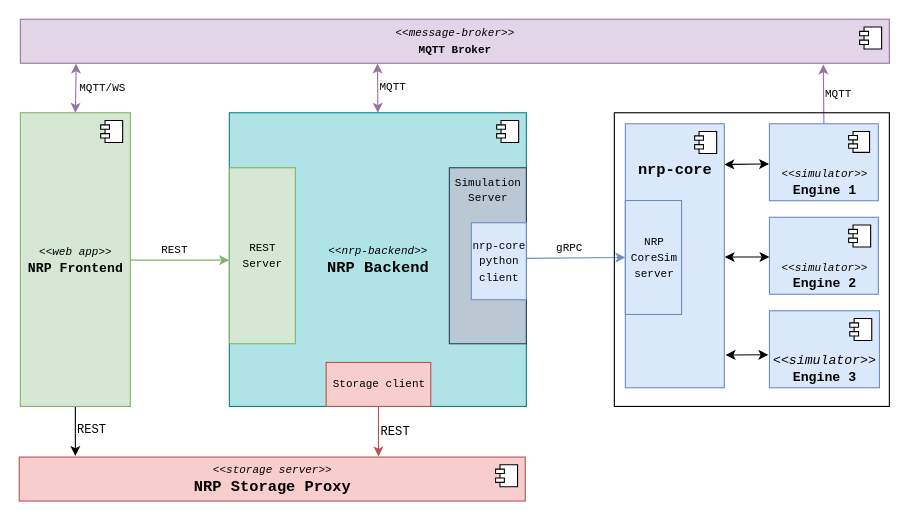
This is page "NRP" (1 of 2) of hbp_nrp_backend/doc/source/img/NRPv4.drawio from vvorobjov/nrp-backend, a draw.io file, before an edit. Source tidied: cells renumbered, new cells numbered last; positions are measured from the earlier drawing's top-left corner, leaving out a move shared by most shapes. Both pictures are drawn from the tidied source at 110%, with x=0, y=0 at pixel (19, 19).
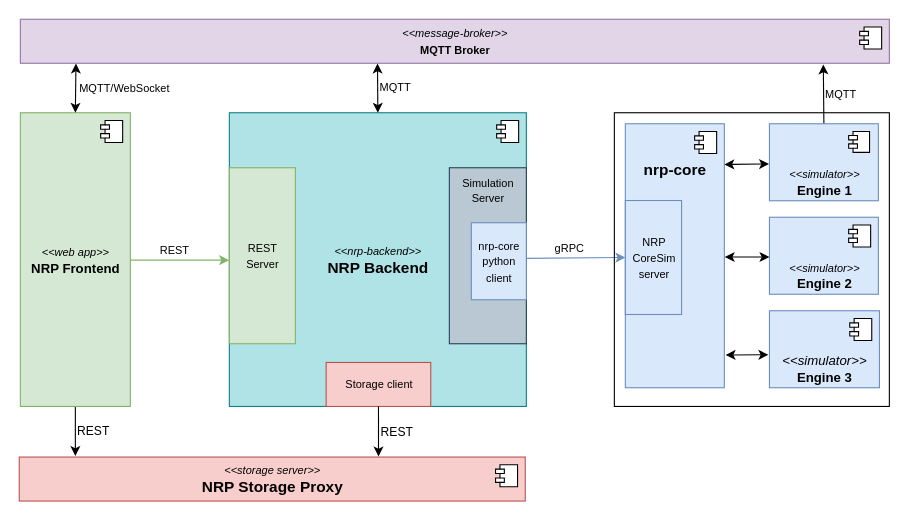
Above is the later version.

The edit, as a diff of the source:
```diff
@@
-    <mxCell id="2" value="&lt;i style=&quot;font-size: 10px;&quot;&gt;&amp;lt;&amp;lt;storage server&amp;gt;&amp;gt;&lt;br&gt;&lt;/i&gt;&lt;b style=&quot;border-color: var(--border-color);&quot;&gt;&lt;font style=&quot;font-size: 14px;&quot;&gt;NRP Storage Proxy&lt;/font&gt;&lt;/b&gt;&lt;span&gt;&lt;br&gt;&lt;/span&gt;" style="html=1;strokeColor=#b85450;fontStyle=0;fillColor=#f8cecc;fontFamily=Courier New;" parent="1" vertex="1">
+    <mxCell id="2" value="&lt;i style=&quot;font-size: 10px;&quot;&gt;&amp;lt;&amp;lt;storage server&amp;gt;&amp;gt;&lt;br&gt;&lt;/i&gt;&lt;b style=&quot;border-color: var(--border-color);&quot;&gt;&lt;font style=&quot;font-size: 14px;&quot;&gt;NRP Storage Proxy&lt;/font&gt;&lt;/b&gt;&lt;span&gt;&lt;br&gt;&lt;/span&gt;" style="html=1;strokeColor=#b85450;fontStyle=0;fillColor=#f8cecc;fontFamily=Helvetica;" parent="1" vertex="1">
       <mxGeometry y="398" width="460" height="40" as="geometry" />
     </mxCell>
-    <mxCell id="3" style="shape=component;jettyWidth=8;jettyHeight=4;fontFamily=Courier New;" parent="2" vertex="1">
+    <mxCell id="3" style="shape=component;jettyWidth=8;jettyHeight=4;fontFamily=Helvetica;" parent="2" vertex="1">
       <mxGeometry x="1" width="20" height="20" relative="1" as="geometry">
         <mxPoint x="-27" y="7" as="offset" />
       </mxGeometry>
     </mxCell>
-    <mxCell id="4" style="rounded=0;jettySize=auto;html=1;verticalAlign=top;entryX=0;entryY=0.5;entryDx=0;entryDy=0;fontFamily=Courier New;fillColor=#dae8fc;strokeColor=#6c8ebf;" parent="1" edge="1" source="6" target="31">
+    <mxCell id="4" style="rounded=0;jettySize=auto;html=1;verticalAlign=top;entryX=0;entryY=0.5;entryDx=0;entryDy=0;fontFamily=Helvetica;fillColor=#dae8fc;strokeColor=#6c8ebf;" parent="1" edge="1" source="6" target="31">
       <mxGeometry relative="1" as="geometry" />
     </mxCell>
-    <mxCell id="5" value="gRPC" style="edgeLabel;html=1;align=center;verticalAlign=middle;fontSize=10;labelBackgroundColor=none;fontFamily=Courier New;" parent="4" vertex="1">
+    <mxCell id="5" value="gRPC" style="edgeLabel;html=1;align=center;verticalAlign=middle;fontSize=10;labelBackgroundColor=none;fontFamily=Helvetica;" parent="4" vertex="1">
       <mxGeometry x="-0.14" relative="1" as="geometry">
         <mxPoint y="-10" as="offset" />
       </mxGeometry>
     </mxCell>
-    <mxCell id="6" value="&lt;i style=&quot;border-color: var(--border-color); font-size: 10px;&quot;&gt;&amp;lt;&amp;lt;nrp-backend&amp;gt;&amp;gt;&lt;br style=&quot;border-color: var(--border-color);&quot;&gt;&lt;/i&gt;&lt;b&gt;&lt;font style=&quot;font-size: 14px;&quot;&gt;NRP Backend&lt;/font&gt;&lt;/b&gt;" style="html=1;fillColor=#b0e3e6;strokeColor=#0e8088;fontFamily=Courier New;" parent="1" vertex="1">
+    <mxCell id="6" value="&lt;i style=&quot;border-color: var(--border-color); font-size: 10px;&quot;&gt;&amp;lt;&amp;lt;nrp-backend&amp;gt;&amp;gt;&lt;br style=&quot;border-color: var(--border-color);&quot;&gt;&lt;/i&gt;&lt;b&gt;&lt;font style=&quot;font-size: 14px;&quot;&gt;NRP Backend&lt;/font&gt;&lt;/b&gt;" style="html=1;fillColor=#b0e3e6;strokeColor=#0e8088;fontFamily=Helvetica;" parent="1" vertex="1">
       <mxGeometry x="191" y="85" width="270" height="267" as="geometry" />
     </mxCell>
-    <mxCell id="7" style="shape=component;jettyWidth=8;jettyHeight=4;fontFamily=Courier New;" parent="6" vertex="1">
+    <mxCell id="7" style="shape=component;jettyWidth=8;jettyHeight=4;fontFamily=Helvetica;" parent="6" vertex="1">
       <mxGeometry x="1" width="20" height="20" relative="1" as="geometry">
         <mxPoint x="-27" y="7" as="offset" />
       </mxGeometry>
     </mxCell>
-    <mxCell id="8" value="&lt;font style=&quot;font-size: 10px;&quot;&gt;Storage client&lt;/font&gt;" style="html=1;glass=0;comic=0;strokeColor=#b85450;fillColor=#f8cecc;fontFamily=Courier New;" parent="6" vertex="1">
+    <mxCell id="8" value="&lt;font style=&quot;font-size: 10px;&quot;&gt;Storage client&lt;/font&gt;" style="html=1;glass=0;comic=0;strokeColor=#b85450;fillColor=#f8cecc;fontFamily=Helvetica;" parent="6" vertex="1">
       <mxGeometry x="88" y="227" width="95.1" height="40" as="geometry" />
     </mxCell>
-    <mxCell id="9" value="&lt;font style=&quot;font-size: 10px;&quot;&gt;REST &lt;br&gt;Server&lt;/font&gt;" style="html=1;glass=0;comic=0;strokeColor=#82b366;fillColor=#d5e8d4;fontFamily=Courier New;verticalAlign=middle;" parent="6" vertex="1">
+    <mxCell id="9" value="&lt;font style=&quot;font-size: 10px;&quot;&gt;REST &lt;br&gt;Server&lt;/font&gt;" style="html=1;glass=0;comic=0;strokeColor=#82b366;fillColor=#d5e8d4;fontFamily=Helvetica;verticalAlign=middle;" parent="6" vertex="1">
       <mxGeometry y="50" width="60" height="160" as="geometry" />
     </mxCell>
-    <mxCell id="10" style="edgeStyle=orthogonalEdgeStyle;rounded=0;orthogonalLoop=1;jettySize=auto;html=1;exitX=0.5;exitY=1;exitDx=0;exitDy=0;fontFamily=Courier New;" parent="6" edge="1" source="9" target="9">
+    <mxCell id="10" style="edgeStyle=orthogonalEdgeStyle;rounded=0;orthogonalLoop=1;jettySize=auto;html=1;exitX=0.5;exitY=1;exitDx=0;exitDy=0;fontFamily=Helvetica;" parent="6" edge="1" source="9" target="9">
       <mxGeometry relative="1" as="geometry" />
     </mxCell>
-    <mxCell id="11" value="&lt;font style=&quot;font-size: 10px;&quot;&gt;Simulation&lt;br&gt;Server&lt;/font&gt;" style="html=1;glass=0;comic=0;fontFamily=Courier New;verticalAlign=top;fillColor=#bac8d3;strokeColor=#23445d;" parent="6" vertex="1">
+    <mxCell id="11" value="&lt;font style=&quot;font-size: 10px;&quot;&gt;Simulation&lt;br&gt;Server&lt;/font&gt;" style="html=1;glass=0;comic=0;fontFamily=Helvetica;verticalAlign=top;fillColor=#bac8d3;strokeColor=#23445d;" parent="6" vertex="1">
       <mxGeometry x="200" y="50" width="70" height="160" as="geometry" />
     </mxCell>
-    <mxCell id="12" value="&lt;span style=&quot;font-size: 10px;&quot;&gt;nrp-core&lt;br&gt;python &lt;br&gt;client&lt;/span&gt;" style="html=1;glass=0;comic=0;strokeColor=#6c8ebf;fillColor=#dae8fc;fontFamily=Courier New;" parent="6" vertex="1">
+    <mxCell id="12" value="&lt;span style=&quot;font-size: 10px;&quot;&gt;nrp-core&lt;br&gt;python &lt;br&gt;client&lt;/span&gt;" style="html=1;glass=0;comic=0;strokeColor=#6c8ebf;fillColor=#dae8fc;fontFamily=Helvetica;" parent="6" vertex="1">
       <mxGeometry x="220" y="100" width="50" height="70" as="geometry" />
     </mxCell>
-    <mxCell id="13" value="&lt;span style=&quot;color: rgb(0, 0, 0); font-size: 11px; font-style: normal; font-variant-ligatures: normal; font-variant-caps: normal; font-weight: 400; letter-spacing: normal; orphans: 2; text-align: center; text-indent: 0px; text-transform: none; widows: 2; word-spacing: 0px; -webkit-text-stroke-width: 0px; text-decoration-thickness: initial; text-decoration-style: initial; text-decoration-color: initial; float: none; display: inline !important;&quot;&gt;REST&lt;/span&gt;" style="rounded=0;jettySize=auto;html=1;exitX=0.5;exitY=1;exitDx=0;exitDy=0;labelBackgroundColor=none;fontFamily=Courier New;spacing=2;labelPosition=right;verticalLabelPosition=middle;align=left;verticalAlign=middle;" parent="1" edge="1" source="14">
+    <mxCell id="13" value="&lt;span style=&quot;color: rgb(0, 0, 0); font-size: 11px; font-style: normal; font-variant-ligatures: normal; font-variant-caps: normal; font-weight: 400; letter-spacing: normal; orphans: 2; text-align: center; text-indent: 0px; text-transform: none; widows: 2; word-spacing: 0px; -webkit-text-stroke-width: 0px; text-decoration-thickness: initial; text-decoration-style: initial; text-decoration-color: initial; float: none; display: inline !important;&quot;&gt;REST&lt;/span&gt;" style="rounded=0;jettySize=auto;html=1;exitX=0.5;exitY=1;exitDx=0;exitDy=0;labelBackgroundColor=none;fontFamily=Helvetica;spacing=2;labelPosition=right;verticalLabelPosition=middle;align=left;verticalAlign=middle;" parent="1" edge="1" source="14">
       <mxGeometry x="-0.01" relative="1" as="geometry">
         <mxPoint x="51" y="397" as="targetPoint" />
       </mxGeometry>
     </mxCell>
-    <mxCell id="14" value="&lt;i style=&quot;border-color: var(--border-color); font-size: 10px;&quot;&gt;&amp;lt;&amp;lt;web app&amp;gt;&amp;gt;&lt;br style=&quot;border-color: var(--border-color);&quot;&gt;&lt;/i&gt;&lt;b&gt;NRP Frontend&lt;br&gt;&lt;/b&gt;" style="html=1;fillColor=#d5e8d4;strokeColor=#82b366;fontFamily=Courier New;" parent="1" vertex="1">
+    <mxCell id="14" value="&lt;i style=&quot;border-color: var(--border-color); font-size: 10px;&quot;&gt;&amp;lt;&amp;lt;web app&amp;gt;&amp;gt;&lt;br style=&quot;border-color: var(--border-color);&quot;&gt;&lt;/i&gt;&lt;b&gt;NRP Frontend&lt;br&gt;&lt;/b&gt;" style="html=1;fillColor=#d5e8d4;strokeColor=#82b366;fontFamily=Helvetica;" parent="1" vertex="1">
       <mxGeometry x="1" y="85" width="100" height="267" as="geometry" />
     </mxCell>
-    <mxCell id="15" style="shape=component;jettyWidth=8;jettyHeight=4;fontFamily=Courier New;" parent="14" vertex="1">
+    <mxCell id="15" style="shape=component;jettyWidth=8;jettyHeight=4;fontFamily=Helvetica;" parent="14" vertex="1">
       <mxGeometry x="1" width="20" height="20" relative="1" as="geometry">
         <mxPoint x="-27" y="7" as="offset" />
       </mxGeometry>
     </mxCell>
-    <mxCell id="16" value="&lt;span style=&quot;color: rgb(0, 0, 0); font-size: 11px; font-style: normal; font-variant-ligatures: normal; font-variant-caps: normal; font-weight: 400; letter-spacing: normal; orphans: 2; text-align: center; text-indent: 0px; text-transform: none; widows: 2; word-spacing: 0px; -webkit-text-stroke-width: 0px; text-decoration-thickness: initial; text-decoration-style: initial; text-decoration-color: initial; float: none; display: inline !important;&quot;&gt;REST&lt;/span&gt;" style="rounded=0;jettySize=auto;html=1;entryX=0.71;entryY=-0.015;entryDx=0;entryDy=0;entryPerimeter=0;labelBackgroundColor=none;fontFamily=Courier New;verticalAlign=middle;labelPosition=right;verticalLabelPosition=middle;align=left;fillColor=#f8cecc;strokeColor=#b85450;" parent="1" edge="1" source="8" target="2">
+    <mxCell id="16" value="&lt;span style=&quot;color: rgb(0, 0, 0); font-size: 11px; font-style: normal; font-variant-ligatures: normal; font-variant-caps: normal; font-weight: 400; letter-spacing: normal; orphans: 2; text-align: center; text-indent: 0px; text-transform: none; widows: 2; word-spacing: 0px; -webkit-text-stroke-width: 0px; text-decoration-thickness: initial; text-decoration-style: initial; text-decoration-color: initial; float: none; display: inline !important;&quot;&gt;REST&lt;/span&gt;" style="rounded=0;jettySize=auto;html=1;entryX=0.71;entryY=-0.015;entryDx=0;entryDy=0;entryPerimeter=0;labelBackgroundColor=none;fontFamily=Helvetica;verticalAlign=middle;labelPosition=right;verticalLabelPosition=middle;align=left;fillColor=#f8cecc;strokeColor=#000000;" parent="1" edge="1" source="8" target="2">
       <mxGeometry relative="1" as="geometry" />
     </mxCell>
-    <mxCell id="17" style="edgeStyle=orthogonalEdgeStyle;rounded=0;jettySize=auto;html=1;exitX=0.064;exitY=1.008;exitDx=0;exitDy=0;exitPerimeter=0;startArrow=classic;startFill=1;fontFamily=Courier New;entryX=0.5;entryY=0;entryDx=0;entryDy=0;fontSize=10;fillColor=#e1d5e7;strokeColor=#9673a6;" parent="1" edge="1" source="19" target="14">
-      <mxGeometry relative="1" as="geometry">
-        <Array as="points">
-          <mxPoint x="52" y="52" />
-          <mxPoint x="51" y="52" />
-        </Array>
-      </mxGeometry>
+    <mxCell id="17" style="rounded=0;jettySize=auto;html=1;exitX=0.064;exitY=1.008;exitDx=0;exitDy=0;exitPerimeter=0;startArrow=classic;startFill=1;fontFamily=Helvetica;entryX=0.5;entryY=0;entryDx=0;entryDy=0;fontSize=10;fillColor=#e1d5e7;strokeColor=#000000;" parent="1" edge="1" source="19" target="14">
+      <mxGeometry relative="1" as="geometry" />
     </mxCell>
-    <mxCell id="18" value="MQTT/WS" style="edgeLabel;html=1;align=left;verticalAlign=middle;fontSize=10;fontFamily=Courier New;labelPosition=right;verticalLabelPosition=middle;labelBackgroundColor=none;" parent="17" vertex="1">
+    <mxCell id="18" value="MQTT/WebSocket" style="edgeLabel;html=1;align=left;verticalAlign=middle;fontSize=10;fontFamily=Helvetica;labelPosition=right;verticalLabelPosition=middle;labelBackgroundColor=none;" parent="17" vertex="1">
       <mxGeometry y="2" relative="1" as="geometry" />
     </mxCell>
-    <mxCell id="19" value="&lt;span style=&quot;font-size: 10px;&quot;&gt;&lt;i&gt;&amp;lt;&amp;lt;message-broker&amp;gt;&amp;gt;&lt;br&gt;&lt;/i&gt;&lt;b&gt;MQTT Broker&lt;/b&gt;&lt;br&gt;&lt;/span&gt;" style="html=1;strokeColor=#9673a6;fontStyle=0;fillColor=#e1d5e7;fontFamily=Courier New;" parent="1" vertex="1">
+    <mxCell id="19" value="&lt;span style=&quot;font-size: 10px;&quot;&gt;&lt;i&gt;&amp;lt;&amp;lt;message-broker&amp;gt;&amp;gt;&lt;br&gt;&lt;/i&gt;&lt;b&gt;MQTT Broker&lt;/b&gt;&lt;br&gt;&lt;/span&gt;" style="html=1;strokeColor=#9673a6;fontStyle=0;fillColor=#e1d5e7;fontFamily=Helvetica;" parent="1" vertex="1">
       <mxGeometry x="1" width="790" height="40" as="geometry" />
     </mxCell>
-    <mxCell id="20" style="shape=component;jettyWidth=8;jettyHeight=4;fontFamily=Courier New;" parent="19" vertex="1">
+    <mxCell id="20" style="shape=component;jettyWidth=8;jettyHeight=4;fontFamily=Helvetica;" parent="19" vertex="1">
       <mxGeometry x="1" width="20" height="20" relative="1" as="geometry">
         <mxPoint x="-27" y="7" as="offset" />
       </mxGeometry>
     </mxCell>
-    <mxCell id="21" value="MQTT" style="rounded=0;jettySize=auto;html=1;startArrow=classic;startFill=1;fontFamily=Courier New;entryX=0.5;entryY=0;entryDx=0;entryDy=0;exitX=0.411;exitY=1.006;exitDx=0;exitDy=0;exitPerimeter=0;labelBackgroundColor=none;labelPosition=right;verticalLabelPosition=middle;align=left;verticalAlign=middle;fontSize=10;fillColor=#e1d5e7;strokeColor=#9673a6;" parent="1" edge="1" source="19" target="6">
+    <mxCell id="21" value="MQTT" style="rounded=0;jettySize=auto;html=1;startArrow=classic;startFill=1;fontFamily=Helvetica;entryX=0.5;entryY=0;entryDx=0;entryDy=0;exitX=0.411;exitY=1.006;exitDx=0;exitDy=0;exitPerimeter=0;labelBackgroundColor=none;labelPosition=right;verticalLabelPosition=middle;align=left;verticalAlign=middle;fontSize=10;fillColor=#e1d5e7;strokeColor=#000000;" parent="1" edge="1" source="19" target="6">
       <mxGeometry relative="1" as="geometry" />
     </mxCell>
-    <mxCell id="22" value="MQTT" style="rounded=0;jettySize=auto;html=1;entryX=0.924;entryY=1.027;entryDx=0;entryDy=0;entryPerimeter=0;fontSize=10;startArrow=none;startFill=0;exitX=0.5;exitY=0;exitDx=0;exitDy=0;fontFamily=Courier New;labelPosition=right;verticalLabelPosition=middle;align=left;verticalAlign=middle;labelBackgroundColor=none;fillColor=#e1d5e7;strokeColor=#9673a6;" parent="1" edge="1" source="32" target="19">
+    <mxCell id="22" value="MQTT" style="rounded=0;jettySize=auto;html=1;entryX=0.924;entryY=1.027;entryDx=0;entryDy=0;entryPerimeter=0;fontSize=10;startArrow=none;startFill=0;exitX=0.5;exitY=0;exitDx=0;exitDy=0;fontFamily=Helvetica;labelPosition=right;verticalLabelPosition=middle;align=left;verticalAlign=middle;labelBackgroundColor=none;fillColor=#e1d5e7;strokeColor=#000000;" parent="1" edge="1" source="32" target="19">
       <mxGeometry relative="1" as="geometry" />
     </mxCell>
-    <mxCell id="23" style="rounded=0;jettySize=auto;html=1;verticalAlign=top;entryX=-0.004;entryY=0.525;entryDx=0;entryDy=0;entryPerimeter=0;fontFamily=Courier New;labelBorderColor=none;labelBackgroundColor=default;fontColor=default;fillColor=#d5e8d4;strokeColor=#82b366;" parent="1" edge="1" target="9">
+    <mxCell id="23" style="rounded=0;jettySize=auto;html=1;verticalAlign=top;entryX=-0.004;entryY=0.525;entryDx=0;entryDy=0;entryPerimeter=0;fontFamily=Helvetica;labelBorderColor=none;labelBackgroundColor=default;fontColor=default;fillColor=#d5e8d4;strokeColor=#82b366;" parent="1" edge="1" target="9">
       <mxGeometry relative="1" as="geometry">
         <mxPoint x="101" y="219" as="sourcePoint" />
       </mxGeometry>
     </mxCell>
-    <mxCell id="24" value="REST" style="edgeLabel;html=1;align=center;verticalAlign=middle;fontSize=10;labelBackgroundColor=none;fontFamily=Courier New;" parent="23" vertex="1">
+    <mxCell id="24" value="REST" style="edgeLabel;html=1;align=center;verticalAlign=middle;fontSize=10;labelBackgroundColor=none;fontFamily=Helvetica;" parent="23" vertex="1">
       <mxGeometry x="-0.14" relative="1" as="geometry">
         <mxPoint y="-10" as="offset" />
       </mxGeometry>
     </mxCell>
-    <mxCell id="25" style="group;" parent="1" vertex="1">
+    <mxCell id="25" style="group;fontFamily=Helvetica;" parent="1" vertex="1">
       <mxGeometry x="541" y="85" width="250" height="267" as="geometry" />
     </mxCell>
-    <mxCell id="26" style="rounded=0;whiteSpace=wrap;html=1;fontSize=14;fillColor=none;fontFamily=Courier New;" parent="25" vertex="1">
+    <mxCell id="26" style="rounded=0;whiteSpace=wrap;html=1;fontSize=14;fillColor=none;fontFamily=Helvetica;" parent="25" vertex="1">
       <mxGeometry width="250" height="267" as="geometry" />
     </mxCell>
-    <mxCell id="27" style="rounded=0;jettySize=auto;html=1;startArrow=classic;startFill=1;entryX=-0.004;entryY=0.522;entryDx=0;entryDy=0;entryPerimeter=0;fontFamily=Courier New;" parent="25" edge="1" target="32">
+    <mxCell id="27" style="rounded=0;jettySize=auto;html=1;startArrow=classic;startFill=1;entryX=-0.004;entryY=0.522;entryDx=0;entryDy=0;entryPerimeter=0;fontFamily=Helvetica;" parent="25" edge="1" target="32">
       <mxGeometry relative="1" as="geometry">
         <mxPoint x="100" y="47" as="sourcePoint" />
       </mxGeometry>
     </mxCell>
-    <mxCell id="28" style="rounded=0;jettySize=auto;html=1;exitX=1.013;exitY=0.876;exitDx=0;exitDy=0;exitPerimeter=0;startArrow=classic;startFill=1;fontFamily=Courier New;" parent="25" edge="1" source="29">
+    <mxCell id="28" style="rounded=0;jettySize=auto;html=1;exitX=1.013;exitY=0.876;exitDx=0;exitDy=0;exitPerimeter=0;startArrow=classic;startFill=1;fontFamily=Helvetica;" parent="25" edge="1" source="29">
       <mxGeometry relative="1" as="geometry">
         <mxPoint x="140" y="220" as="targetPoint" />
       </mxGeometry>
     </mxCell>
-    <mxCell id="29" value="&lt;b&gt;&lt;font style=&quot;font-size: 14px;&quot;&gt;nrp-core&lt;/font&gt;&lt;br&gt;&lt;/b&gt;" style="html=1;verticalAlign=top;horizontal=1;spacingBottom=0;spacingTop=27;fillColor=#dae8fc;strokeColor=#6c8ebf;fontFamily=Courier New;" parent="25" vertex="1">
+    <mxCell id="29" value="&lt;b&gt;&lt;font style=&quot;font-size: 14px;&quot;&gt;nrp-core&lt;/font&gt;&lt;br&gt;&lt;/b&gt;" style="html=1;verticalAlign=top;horizontal=1;spacingBottom=0;spacingTop=27;fillColor=#dae8fc;strokeColor=#6c8ebf;fontFamily=Helvetica;" parent="25" vertex="1">
       <mxGeometry x="10" y="10" width="90" height="240" as="geometry" />
     </mxCell>
-    <mxCell id="30" style="shape=component;jettyWidth=8;jettyHeight=4;fontFamily=Courier New;" parent="29" vertex="1">
+    <mxCell id="30" style="shape=component;jettyWidth=8;jettyHeight=4;fontFamily=Helvetica;" parent="29" vertex="1">
       <mxGeometry x="1" width="20" height="20" relative="1" as="geometry">
         <mxPoint x="-27" y="7" as="offset" />
       </mxGeometry>
     </mxCell>
-    <mxCell id="31" value="&lt;font style=&quot;font-size: 10px;&quot;&gt;NRP&lt;br&gt;CoreSim&lt;br&gt;&amp;nbsp;server&amp;nbsp;&lt;/font&gt;" style="html=1;glass=0;comic=0;strokeColor=#6c8ebf;fillColor=#dae8fc;fontFamily=Courier New;" parent="29" vertex="1">
+    <mxCell id="31" value="&lt;font style=&quot;font-size: 10px;&quot;&gt;NRP&lt;br&gt;CoreSim&lt;br&gt;&amp;nbsp;server&amp;nbsp;&lt;/font&gt;" style="html=1;glass=0;comic=0;strokeColor=#6c8ebf;fillColor=#dae8fc;fontFamily=Helvetica;" parent="29" vertex="1">
       <mxGeometry y="69.8" width="51.1" height="103.6" as="geometry" />
     </mxCell>
-    <mxCell id="32" value="&lt;i style=&quot;border-color: var(--border-color); font-size: 10px;&quot;&gt;&amp;lt;&amp;lt;simulator&amp;gt;&amp;gt;&lt;br style=&quot;border-color: var(--border-color);&quot;&gt;&lt;/i&gt;&lt;b&gt;Engine 1&lt;br&gt;&lt;/b&gt;" style="html=1;fillColor=#dae8fc;strokeColor=#6c8ebf;fontFamily=Courier New;verticalAlign=bottom;" parent="25" vertex="1">
+    <mxCell id="32" value="&lt;i style=&quot;border-color: var(--border-color); font-size: 10px;&quot;&gt;&amp;lt;&amp;lt;simulator&amp;gt;&amp;gt;&lt;br style=&quot;border-color: var(--border-color);&quot;&gt;&lt;/i&gt;&lt;b&gt;Engine 1&lt;br&gt;&lt;/b&gt;" style="html=1;fillColor=#dae8fc;strokeColor=#6c8ebf;fontFamily=Helvetica;verticalAlign=bottom;" parent="25" vertex="1">
       <mxGeometry x="141" y="10" width="99" height="70" as="geometry" />
     </mxCell>
-    <mxCell id="33" style="shape=component;jettyWidth=8;jettyHeight=4;fontFamily=Courier New;" parent="32" vertex="1">
+    <mxCell id="33" style="shape=component;jettyWidth=8;jettyHeight=4;fontFamily=Helvetica;" parent="32" vertex="1">
       <mxGeometry x="1" width="19" height="19" relative="1" as="geometry">
         <mxPoint x="-27" y="7" as="offset" />
       </mxGeometry>
     </mxCell>
-    <mxCell id="34" value="&lt;i style=&quot;border-color: var(--border-color);&quot;&gt;&amp;lt;&amp;lt;simulator&amp;gt;&amp;gt;&lt;br style=&quot;border-color: var(--border-color);&quot;&gt;&lt;/i&gt;&lt;b&gt;Engine 3&lt;br&gt;&lt;/b&gt;" style="html=1;fillColor=#dae8fc;strokeColor=#6c8ebf;fontFamily=Courier New;verticalAlign=bottom;" parent="25" vertex="1">
+    <mxCell id="34" value="&lt;i style=&quot;border-color: var(--border-color);&quot;&gt;&amp;lt;&amp;lt;simulator&amp;gt;&amp;gt;&lt;br style=&quot;border-color: var(--border-color);&quot;&gt;&lt;/i&gt;&lt;b&gt;Engine 3&lt;br&gt;&lt;/b&gt;" style="html=1;fillColor=#dae8fc;strokeColor=#6c8ebf;fontFamily=Helvetica;verticalAlign=bottom;" parent="25" vertex="1">
       <mxGeometry x="141" y="180" width="100" height="70" as="geometry" />
     </mxCell>
-    <mxCell id="35" style="shape=component;jettyWidth=8;jettyHeight=4;fontFamily=Courier New;" parent="34" vertex="1">
+    <mxCell id="35" style="shape=component;jettyWidth=8;jettyHeight=4;fontFamily=Helvetica;" parent="34" vertex="1">
       <mxGeometry x="1" width="20" height="20" relative="1" as="geometry">
         <mxPoint x="-27" y="7" as="offset" />
       </mxGeometry>
     </mxCell>
-    <mxCell id="36" value="&lt;i style=&quot;border-color: var(--border-color); font-size: 10px;&quot;&gt;&amp;lt;&amp;lt;simulator&amp;gt;&amp;gt;&lt;br style=&quot;border-color: var(--border-color);&quot;&gt;&lt;/i&gt;&lt;b&gt;Engine 2&lt;br&gt;&lt;/b&gt;" style="html=1;fillColor=#dae8fc;strokeColor=#6c8ebf;fontFamily=Courier New;verticalAlign=bottom;" parent="25" vertex="1">
+    <mxCell id="36" value="&lt;i style=&quot;border-color: var(--border-color); font-size: 10px;&quot;&gt;&amp;lt;&amp;lt;simulator&amp;gt;&amp;gt;&lt;br style=&quot;border-color: var(--border-color);&quot;&gt;&lt;/i&gt;&lt;b&gt;Engine 2&lt;br&gt;&lt;/b&gt;" style="html=1;fillColor=#dae8fc;strokeColor=#6c8ebf;fontFamily=Helvetica;verticalAlign=bottom;" parent="25" vertex="1">
       <mxGeometry x="141" y="95" width="99" height="70" as="geometry" />
     </mxCell>
-    <mxCell id="37" style="shape=component;jettyWidth=8;jettyHeight=4;fontFamily=Courier New;" parent="36" vertex="1">
+    <mxCell id="37" style="shape=component;jettyWidth=8;jettyHeight=4;fontFamily=Helvetica;" parent="36" vertex="1">
       <mxGeometry x="1" width="20" height="20" relative="1" as="geometry">
         <mxPoint x="-27" y="7" as="offset" />
       </mxGeometry>
     </mxCell>
```
